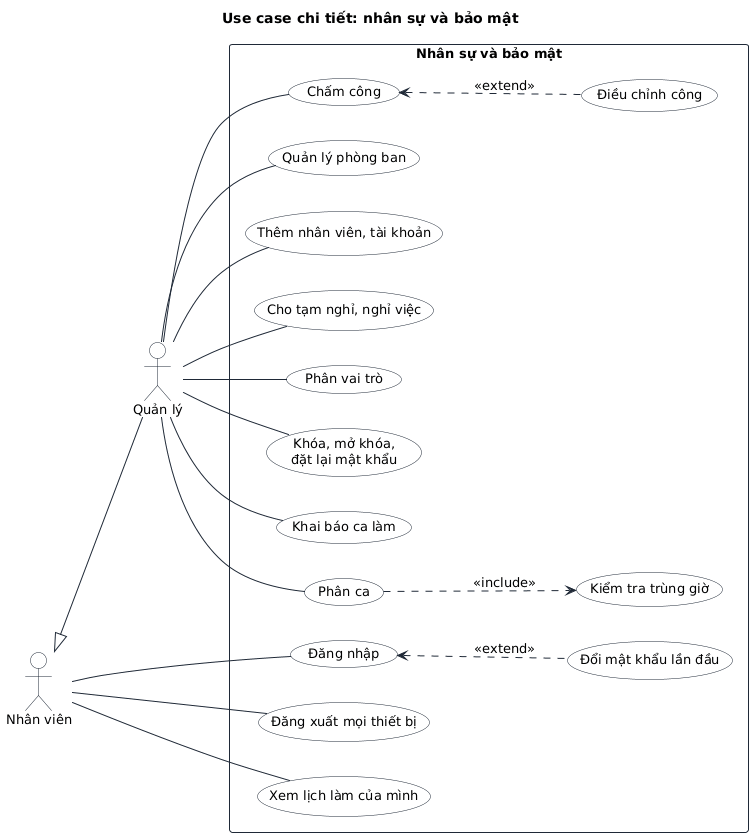
Earlier version of the PlantUML export docs/bao-cao-ltnc/uml/uc-nhan-su.png (Anpham120/restaurant-management-system).
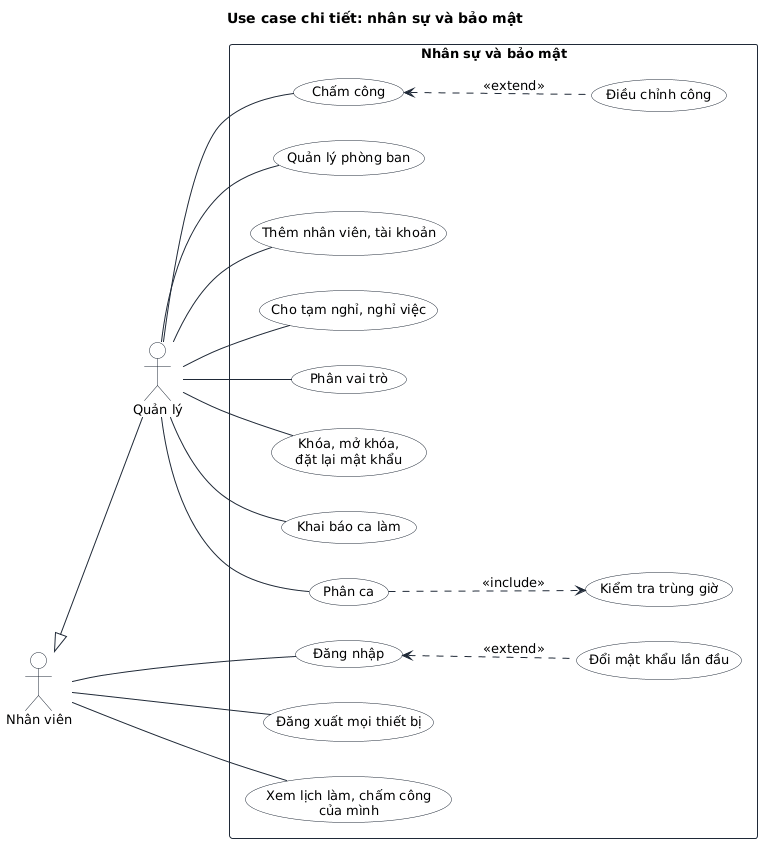
The same diagram one commit later.

The edit, as a diff of the source:
```diff
@@ -9,7 +9,7 @@
   usecase "Đăng nhập" as A1
   usecase "Đổi mật khẩu lần đầu" as A2
   usecase "Đăng xuất mọi thiết bị" as A3
-  usecase "Xem lịch làm của mình" as S5
+  usecase "Xem lịch làm, chấm công\ncủa mình" as S5
   usecase "Quản lý phòng ban" as H1
   usecase "Thêm nhân viên, tài khoản" as H2
   usecase "Cho tạm nghỉ, nghỉ việc" as H3
```
